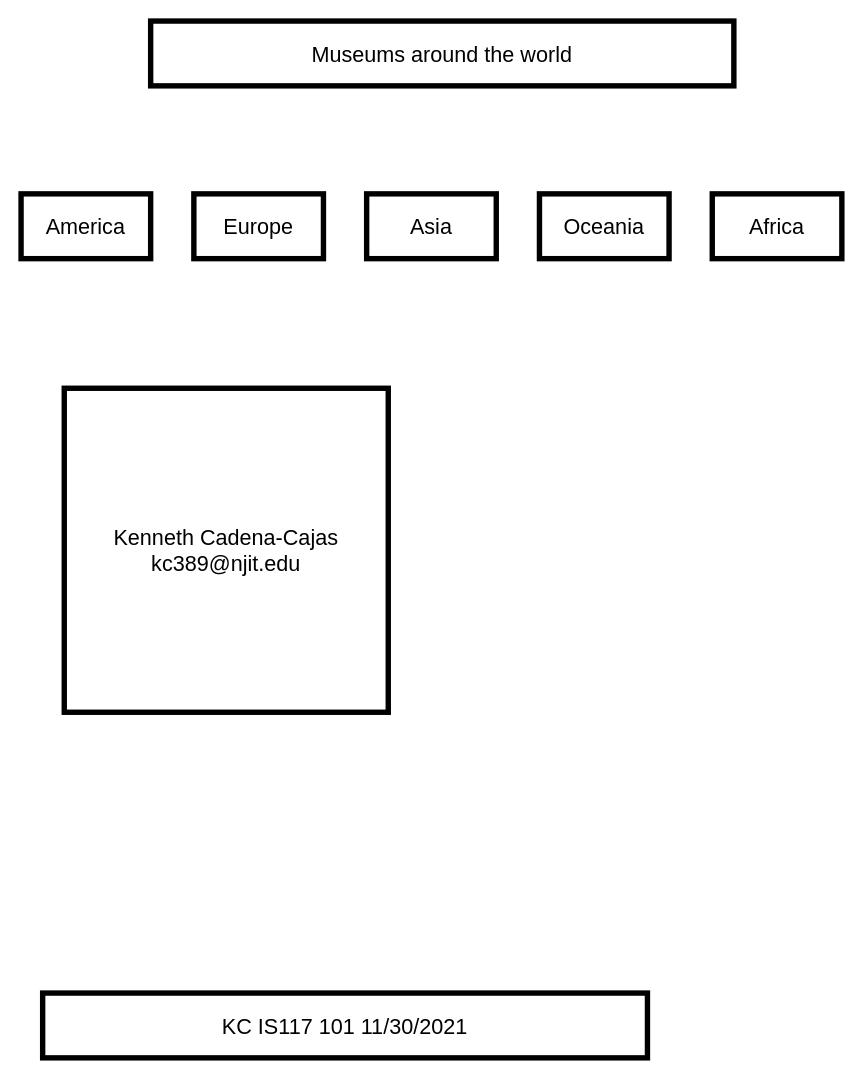
Above: page "Page-1" (1 of 3) of Museums.drawio in kc389/Ao7 (draw.io), before the change. Source tidied: cells renumbered, new cells numbered last; positions are measured from the earlier drawing's top-left corner, leaving out a move shared by most shapes. Both pictures are drawn from the tidied source at 108%, with x=0, y=0 at pixel (21, 21).
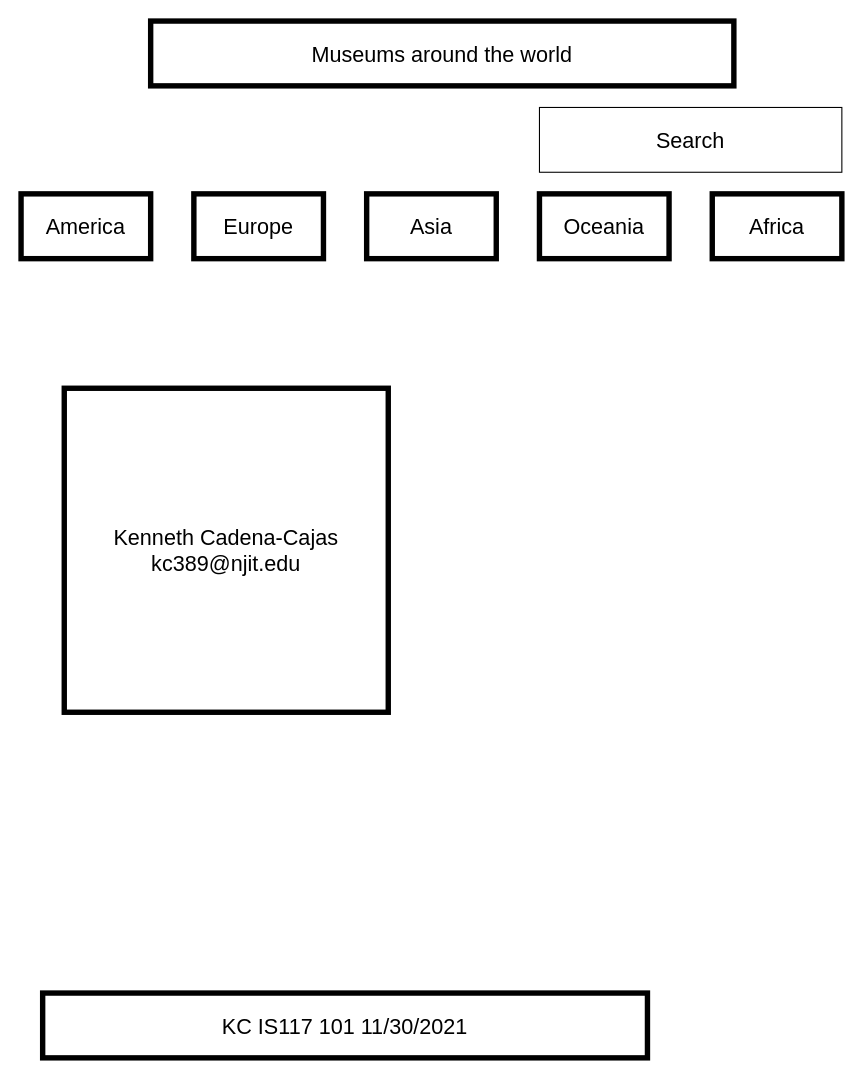
The same diagram, later.

Change to the diagram source:
```diff
@@
 <mxGraphModel>
   <root>
     <mxCell id="0" />
     <mxCell id="1" parent="0" />
     <mxCell id="2" value="Museums around the world" style="rounded=0;whiteSpace=wrap;html=1;strokeWidth=5;fontSize=20;" parent="1" vertex="1">
       <mxGeometry x="120" width="540" height="60" as="geometry" />
     </mxCell>
     <mxCell id="3" value="America" style="rounded=0;whiteSpace=wrap;html=1;fontSize=20;strokeWidth=5;" parent="1" vertex="1">
       <mxGeometry y="160" width="120" height="60" as="geometry" />
     </mxCell>
     <mxCell id="4" value="Europe" style="rounded=0;whiteSpace=wrap;html=1;fontSize=20;strokeWidth=5;" parent="1" vertex="1">
       <mxGeometry x="160" y="160" width="120" height="60" as="geometry" />
     </mxCell>
     <mxCell id="5" value="Asia" style="rounded=0;whiteSpace=wrap;html=1;fontSize=20;strokeWidth=5;" parent="1" vertex="1">
       <mxGeometry x="320" y="160" width="120" height="60" as="geometry" />
     </mxCell>
     <mxCell id="6" value="Oceania" style="rounded=0;whiteSpace=wrap;html=1;fontSize=20;strokeWidth=5;" parent="1" vertex="1">
       <mxGeometry x="480" y="160" width="120" height="60" as="geometry" />
     </mxCell>
     <mxCell id="7" value="Africa" style="rounded=0;whiteSpace=wrap;html=1;fontSize=20;strokeWidth=5;" parent="1" vertex="1">
       <mxGeometry x="640" y="160" width="120" height="60" as="geometry" />
     </mxCell>
     <mxCell id="8" value="Kenneth Cadena-Cajas&lt;br&gt;kc389@njit.edu" style="whiteSpace=wrap;html=1;fontSize=20;strokeWidth=5;" parent="1" vertex="1">
       <mxGeometry x="40" y="340" width="300" height="300" as="geometry" />
     </mxCell>
     <mxCell id="9" value="KC IS117 101 11/30/2021" style="rounded=0;whiteSpace=wrap;html=1;fontSize=20;strokeWidth=5;" parent="1" vertex="1">
       <mxGeometry x="20" y="900" width="560" height="60" as="geometry" />
     </mxCell>
+    <mxCell id="10" value="Search" style="rounded=0;whiteSpace=wrap;html=1;fontSize=20;strokeWidth=1;" parent="1" vertex="1">
+      <mxGeometry x="480" y="80" width="280" height="60" as="geometry" />
+    </mxCell>
   </root>
 </mxGraphModel>
```
